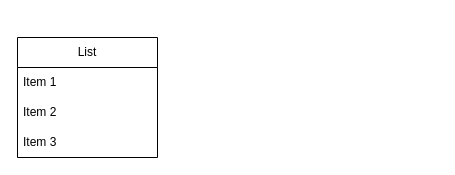
This is page "Classs Diagram" (2 of 2) of Diagram Tanpa Judul.drawio from bayudani/diagram, a draw.io file, before an edit. Source tidied: cells renumbered, new cells numbered last; positions are measured from the earlier drawing's top-left corner, leaving out a move shared by most shapes. Both pictures are drawn from the tidied source at 100%, with x=0, y=0 at pixel (17, 37).
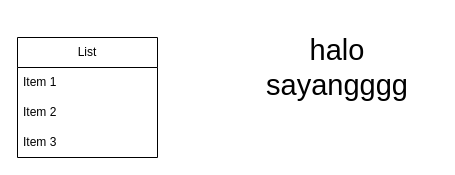
Above is the later version.

What changed in the source:
```diff
@@
 <mxGraphModel>
   <root>
     <mxCell id="0" />
     <mxCell id="1" parent="0" />
     <mxCell id="2" value="List" style="swimlane;fontStyle=0;horizontal=1;startSize=30;whiteSpace=wrap;html=1;" parent="1" vertex="1">
       <mxGeometry width="140" height="120" as="geometry" />
     </mxCell>
     <mxCell id="3" value="Item 1" style="text;strokeColor=none;fillColor=none;align=left;verticalAlign=middle;spacingLeft=4;spacingRight=4;overflow=hidden;whiteSpace=wrap;html=1;" parent="2" vertex="1">
       <mxGeometry y="30" width="140" height="30" as="geometry" />
     </mxCell>
     <mxCell id="4" value="Item 2" style="text;strokeColor=none;fillColor=none;align=left;verticalAlign=middle;spacingLeft=4;spacingRight=4;overflow=hidden;whiteSpace=wrap;html=1;" parent="2" vertex="1">
       <mxGeometry y="60" width="140" height="30" as="geometry" />
     </mxCell>
     <mxCell id="5" value="Item 3" style="text;strokeColor=none;fillColor=none;align=left;verticalAlign=middle;spacingLeft=4;spacingRight=4;overflow=hidden;whiteSpace=wrap;html=1;" parent="2" vertex="1">
       <mxGeometry y="90" width="140" height="30" as="geometry" />
     </mxCell>
+    <mxCell id="6" value="halo sayangggg" style="text;html=1;whiteSpace=wrap;strokeColor=none;fillColor=none;align=center;verticalAlign=middle;rounded=0;fontSize=29;" parent="1" vertex="1">
+      <mxGeometry x="220" y="-20" width="200" height="100" as="geometry" />
+    </mxCell>
   </root>
 </mxGraphModel>
```
